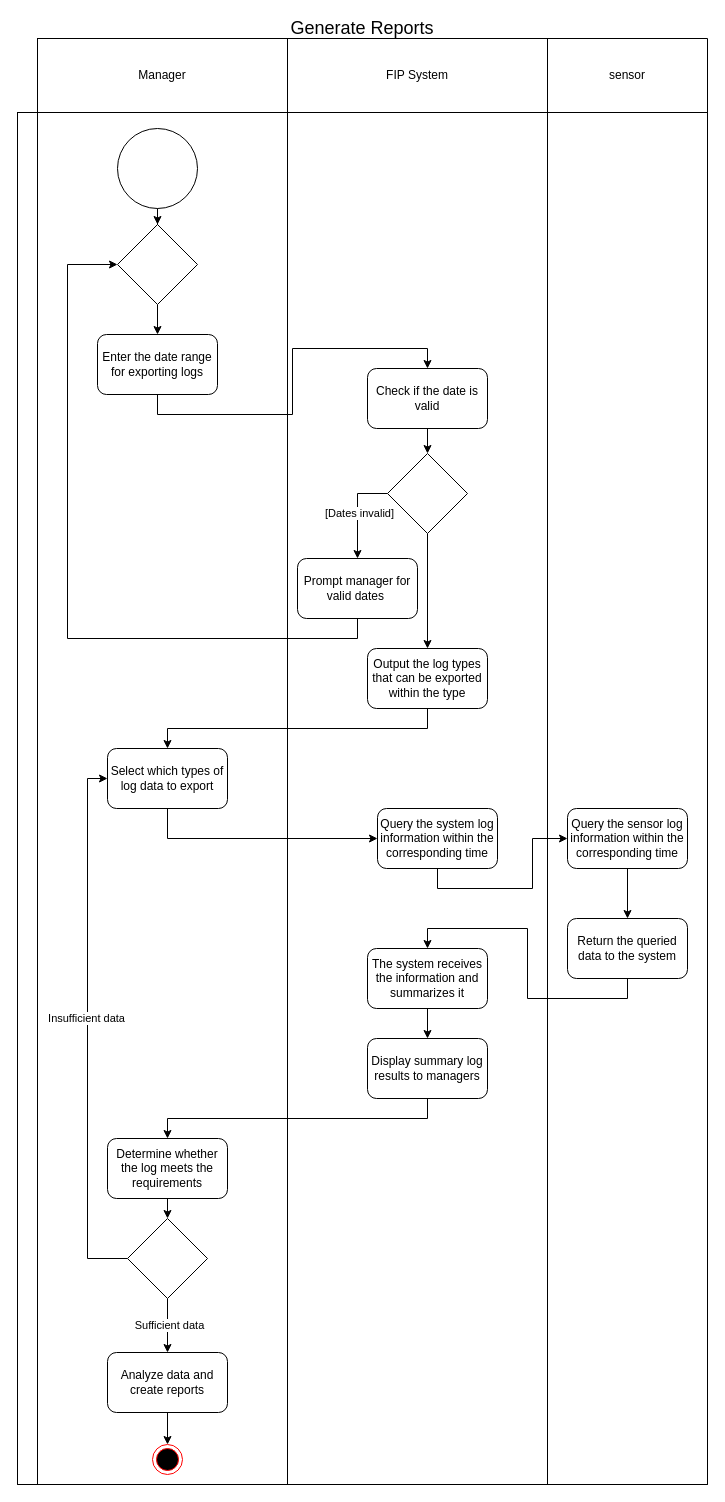
This is 未命名绘图.drawio from demosRun/INFO6030, a draw.io file, before an edit. Source tidied: cells renumbered, new cells numbered last; positions are measured from the earlier drawing's top-left corner, leaving out a move shared by most shapes. Both pictures are drawn from the tidied source at 100%, with x=0, y=0 at pixel (17, 18).
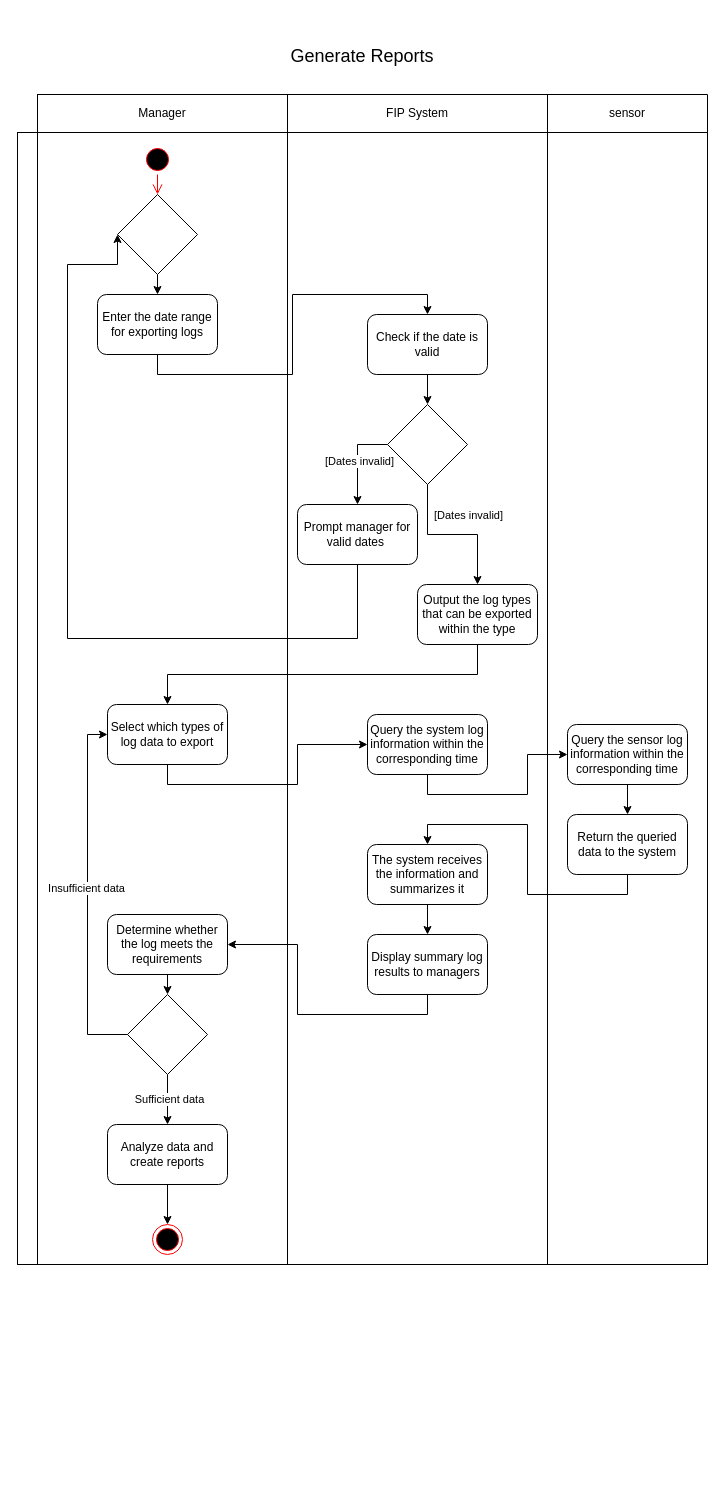
After the change.

Commit message:
未命名绘图.drawio

What changed in the source:
```diff
@@
-    <mxCell id="2" value="&lt;font style=&quot;font-size: 18px;&quot;&gt;Generate Reports&lt;/font&gt;" style="shape=table;html=1;whiteSpace=wrap;startSize=20;childLayout=tableLayout;fillColor=none;swimlaneFillColor=#ffffff;strokeColor=none;" parent="1" vertex="1">
-      <mxGeometry width="690" height="1466" as="geometry" />
+    <mxCell id="2" value="&lt;font style=&quot;font-size: 18px;&quot;&gt;Generate Reports&lt;/font&gt;" style="shape=table;html=1;whiteSpace=wrap;startSize=76;childLayout=tableLayout;fillColor=none;swimlaneFillColor=#ffffff;strokeColor=none;" parent="1" vertex="1">
+      <mxGeometry width="690" height="1246" as="geometry" />
     </mxCell>
     <mxCell id="3" style="shape=partialRectangle;html=1;whiteSpace=wrap;fillColor=none;top=0;left=0;bottom=0;right=0;strokeColor=none;" parent="2" vertex="1">
-      <mxGeometry y="20" width="690" height="74" as="geometry" />
+      <mxGeometry y="76" width="690" height="38" as="geometry" />
     </mxCell>
     <mxCell id="4" style="shape=partialRectangle;html=1;whiteSpace=wrap;fillColor=none;top=1;left=1;bottom=1;right=1;overflow=hidden;strokeColor=none;" parent="3" vertex="1">
-      <mxGeometry width="20" height="74" as="geometry" />
+      <mxGeometry width="20" height="38" as="geometry" />
     </mxCell>
     <mxCell id="5" value="Manager" style="shape=partialRectangle;html=1;whiteSpace=wrap;fillColor=none;top=1;left=1;bottom=1;right=1;overflow=hidden;" parent="3" vertex="1">
-      <mxGeometry x="20" width="250" height="74" as="geometry" />
+      <mxGeometry x="20" width="250" height="38" as="geometry" />
     </mxCell>
     <mxCell id="6" value="FIP System" style="shape=partialRectangle;html=1;whiteSpace=wrap;fillColor=none;top=1;left=1;bottom=1;right=1;overflow=hidden;" parent="3" vertex="1">
-      <mxGeometry x="270" width="260" height="74" as="geometry" />
+      <mxGeometry x="270" width="260" height="38" as="geometry" />
     </mxCell>
     <mxCell id="7" value="sensor" style="shape=partialRectangle;html=1;whiteSpace=wrap;fillColor=none;top=1;left=1;bottom=1;right=1;overflow=hidden;" parent="3" vertex="1">
-      <mxGeometry x="530" width="160" height="74" as="geometry" />
+      <mxGeometry x="530" width="160" height="38" as="geometry" />
     </mxCell>
     <mxCell id="8" style="shape=partialRectangle;html=1;whiteSpace=wrap;fillColor=none;top=1;left=1;bottom=1;right=1;" parent="2" vertex="1">
-      <mxGeometry y="94" width="690" height="1372" as="geometry" />
+      <mxGeometry y="114" width="690" height="1132" as="geometry" />
     </mxCell>
     <mxCell id="9" style="shape=partialRectangle;html=1;whiteSpace=wrap;fillColor=none;top=1;left=1;bottom=1;right=1;overflow=hidden;horizontal=0;" parent="8" vertex="1">
-      <mxGeometry width="20" height="1372" as="geometry" />
+      <mxGeometry width="20" height="1132" as="geometry" />
     </mxCell>
     <mxCell id="10" style="shape=partialRectangle;html=1;whiteSpace=wrap;fillColor=none;top=1;left=1;bottom=1;right=1;overflow=hidden;" parent="8" vertex="1">
-      <mxGeometry x="20" width="250" height="1372" as="geometry" />
+      <mxGeometry x="20" width="250" height="1132" as="geometry" />
     </mxCell>
     <mxCell id="11" style="shape=partialRectangle;html=1;whiteSpace=wrap;fillColor=none;top=1;left=1;bottom=1;right=1;overflow=hidden;" parent="8" vertex="1">
-      <mxGeometry x="270" width="260" height="1372" as="geometry" />
+      <mxGeometry x="270" width="260" height="1132" as="geometry" />
     </mxCell>
     <mxCell id="12" style="shape=partialRectangle;html=1;whiteSpace=wrap;fillColor=none;top=1;left=1;bottom=1;right=1;overflow=hidden;" parent="8" vertex="1">
-      <mxGeometry x="530" width="160" height="1372" as="geometry" />
+      <mxGeometry x="530" width="160" height="1132" as="geometry" />
     </mxCell>
-    <mxCell id="13" style="edgeStyle=orthogonalEdgeStyle;rounded=0;jettySize=auto;html=1;exitX=0.5;exitY=1;exitDx=0;exitDy=0;" parent="1" edge="1" source="14" target="16">
-      <mxGeometry relative="1" as="geometry" />
-    </mxCell>
-    <mxCell id="14" style="ellipse;whiteSpace=wrap;html=1;" parent="1" vertex="1">
-      <mxGeometry x="100" y="110" width="80" height="80" as="geometry" />
-    </mxCell>
@@
     <mxCell id="16" style="rhombus;whiteSpace=wrap;html=1;" parent="1" vertex="1">
-      <mxGeometry x="100" y="206" width="80" height="80" as="geometry" />
+      <mxGeometry x="100" y="176" width="80" height="80" as="geometry" />
     </mxCell>
@@
     <mxCell id="18" value="Enter the date range for exporting logs" style="rounded=1;whiteSpace=wrap;html=1;" parent="1" vertex="1">
-      <mxGeometry x="80" y="316" width="120" height="60" as="geometry" />
+      <mxGeometry x="80" y="276" width="120" height="60" as="geometry" />
     </mxCell>
@@
     <mxCell id="20" value="Check if the date is valid" style="rounded=1;whiteSpace=wrap;html=1;" parent="1" vertex="1">
-      <mxGeometry x="350" y="350" width="120" height="60" as="geometry" />
+      <mxGeometry x="350" y="296" width="120" height="60" as="geometry" />
     </mxCell>
@@
     <mxCell id="23" style="edgeStyle=orthogonalEdgeStyle;rounded=0;jettySize=auto;html=1;exitX=0.5;exitY=1;exitDx=0;exitDy=0;" parent="1" edge="1" source="24" target="49">
-      <mxGeometry relative="1" as="geometry" />
+      <mxGeometry relative="1" as="geometry">
+        <Array as="points">
+          <mxPoint x="410" y="516" />
+          <mxPoint x="460" y="516" />
+        </Array>
+      </mxGeometry>
     </mxCell>
+    <mxCell id="51" value="[Dates invalid]" style="edgeLabel;html=1;align=center;verticalAlign=middle;" parent="23" vertex="1">
+      <mxGeometry x="-0.01" y="-1" relative="1" as="geometry">
+        <mxPoint x="16" y="-21" as="offset" />
+      </mxGeometry>
+    </mxCell>
     <mxCell id="24" style="rhombus;whiteSpace=wrap;html=1;" parent="1" vertex="1">
-      <mxGeometry x="370" y="435" width="80" height="80" as="geometry" />
+      <mxGeometry x="370" y="386" width="80" height="80" as="geometry" />
     </mxCell>
@@
     <mxCell id="26" value="Prompt manager for&lt;br/&gt;valid dates&amp;nbsp;" style="rounded=1;whiteSpace=wrap;html=1;" parent="1" vertex="1">
-      <mxGeometry x="280" y="540" width="120" height="60" as="geometry" />
+      <mxGeometry x="280" y="486" width="120" height="60" as="geometry" />
     </mxCell>
@@
     <mxCell id="28" value="Query the system log information within the corresponding time" style="rounded=1;whiteSpace=wrap;html=1;" parent="1" vertex="1">
-      <mxGeometry x="360" y="790" width="120" height="60" as="geometry" />
+      <mxGeometry x="350" y="696" width="120" height="60" as="geometry" />
     </mxCell>
@@
     <mxCell id="30" value="Query the sensor log information within the corresponding time" style="rounded=1;whiteSpace=wrap;html=1;" parent="1" vertex="1">
-      <mxGeometry x="550" y="790" width="120" height="60" as="geometry" />
+      <mxGeometry x="550" y="706" width="120" height="60" as="geometry" />
     </mxCell>
@@
     <mxCell id="32" value="Return the queried data to the system" style="rounded=1;whiteSpace=wrap;html=1;" parent="1" vertex="1">
-      <mxGeometry x="550" y="900" width="120" height="60" as="geometry" />
+      <mxGeometry x="550" y="796" width="120" height="60" as="geometry" />
     </mxCell>
@@
     <mxCell id="34" value="The system receives the information and summarizes it" style="rounded=1;whiteSpace=wrap;html=1;" parent="1" vertex="1">
-      <mxGeometry x="350" y="930" width="120" height="60" as="geometry" />
+      <mxGeometry x="350" y="826" width="120" height="60" as="geometry" />
     </mxCell>
@@
     <mxCell id="36" value="Display summary log results to managers" style="rounded=1;whiteSpace=wrap;html=1;" parent="1" vertex="1">
-      <mxGeometry x="350" y="1020" width="120" height="60" as="geometry" />
+      <mxGeometry x="350" y="916" width="120" height="60" as="geometry" />
     </mxCell>
@@
     <mxCell id="38" value="Determine whether the log meets the requirements" style="rounded=1;whiteSpace=wrap;html=1;" parent="1" vertex="1">
-      <mxGeometry x="90" y="1120" width="120" height="60" as="geometry" />
+      <mxGeometry x="90" y="896" width="120" height="60" as="geometry" />
     </mxCell>
@@
     <mxCell id="40" value="Analyze data and create reports" style="rounded=1;whiteSpace=wrap;html=1;" parent="1" vertex="1">
-      <mxGeometry x="90" y="1334" width="120" height="60" as="geometry" />
+      <mxGeometry x="90" y="1106" width="120" height="60" as="geometry" />
     </mxCell>
@@
     <mxCell id="45" style="rhombus;whiteSpace=wrap;html=1;" parent="1" vertex="1">
-      <mxGeometry x="110" y="1200" width="80" height="80" as="geometry" />
+      <mxGeometry x="110" y="976" width="80" height="80" as="geometry" />
     </mxCell>
@@
     <mxCell id="47" value="Select which types of log data to export" style="rounded=1;whiteSpace=wrap;html=1;" parent="1" vertex="1">
-      <mxGeometry x="90" y="730" width="120" height="60" as="geometry" />
+      <mxGeometry x="90" y="686" width="120" height="60" as="geometry" />
     </mxCell>
@@
     <mxCell id="49" value="Output the log types that can be exported within the type" style="rounded=1;whiteSpace=wrap;html=1;" parent="1" vertex="1">
-      <mxGeometry x="350" y="630" width="120" height="60" as="geometry" />
+      <mxGeometry x="400" y="566" width="120" height="60" as="geometry" />
     </mxCell>
     <mxCell id="50" style="ellipse;html=1;shape=endState;fillColor=#000000;strokeColor=#ff0000;" parent="1" vertex="1">
-      <mxGeometry x="135" y="1426" width="30" height="30" as="geometry" />
+      <mxGeometry x="135" y="1206" width="30" height="30" as="geometry" />
     </mxCell>
+    <mxCell id="52" style="ellipse;html=1;shape=startState;fillColor=#000000;strokeColor=#ff0000;" parent="1" vertex="1">
+      <mxGeometry x="125" y="126" width="30" height="30" as="geometry" />
+    </mxCell>
+    <mxCell id="53" style="edgeStyle=orthogonalEdgeStyle;html=1;verticalAlign=bottom;endArrow=open;endSize=8;strokeColor=#ff0000;rounded=0;entryX=0.5;entryY=0;entryDx=0;entryDy=0;" parent="1" edge="1" source="52" target="16">
+      <mxGeometry relative="1" as="geometry" />
+    </mxCell>
```
